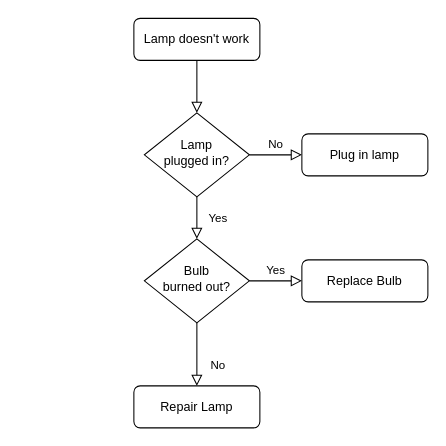
Before: frontend/public/Untitled Diagram.drawio in rahimuncc/GitHubAcions_R, a draw.io diagram. Source tidied: cells renumbered, new cells numbered last; positions are measured from the earlier drawing's top-left corner, leaving out a move shared by most shapes. Both pictures are drawn from the tidied source at 105%, with x=0, y=0 at pixel (133, 18).
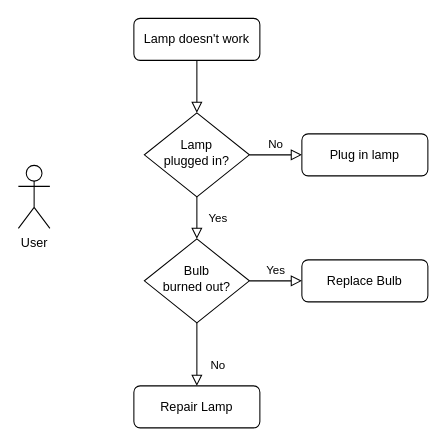
The same page after the edit.

Diff of the diagram source:
```diff
@@
 <mxGraphModel>
   <root>
     <mxCell id="0" />
     <mxCell id="1" parent="0" />
     <mxCell id="2" style="rounded=0;html=1;jettySize=auto;fontSize=11;endArrow=block;endFill=0;endSize=8;strokeWidth=1;shadow=0;labelBackgroundColor=none;edgeStyle=orthogonalEdgeStyle;" parent="1" edge="1" source="3" target="6">
       <mxGeometry relative="1" as="geometry" />
     </mxCell>
     <mxCell id="3" value="Lamp doesn't work" style="rounded=1;whiteSpace=wrap;html=1;fontSize=12;glass=0;strokeWidth=1;shadow=0;" parent="1" vertex="1">
       <mxGeometry width="120" height="40" as="geometry" />
     </mxCell>
     <mxCell id="4" value="Yes" style="rounded=0;html=1;jettySize=auto;fontSize=11;endArrow=block;endFill=0;endSize=8;strokeWidth=1;shadow=0;labelBackgroundColor=none;edgeStyle=orthogonalEdgeStyle;" parent="1" edge="1" source="6" target="10">
       <mxGeometry y="20" relative="1" as="geometry" />
     </mxCell>
     <mxCell id="5" value="No" style="edgeStyle=orthogonalEdgeStyle;rounded=0;html=1;jettySize=auto;fontSize=11;endArrow=block;endFill=0;endSize=8;strokeWidth=1;shadow=0;labelBackgroundColor=none;" parent="1" edge="1" source="6" target="7">
       <mxGeometry y="10" relative="1" as="geometry" />
     </mxCell>
     <mxCell id="6" value="Lamp&lt;br&gt;plugged in?" style="rhombus;whiteSpace=wrap;html=1;shadow=0;fontFamily=Helvetica;fontSize=12;align=center;strokeWidth=1;spacing=6;spacingTop=-4;" parent="1" vertex="1">
       <mxGeometry x="10" y="90" width="100" height="80" as="geometry" />
     </mxCell>
     <mxCell id="7" value="Plug in lamp" style="rounded=1;whiteSpace=wrap;html=1;fontSize=12;glass=0;strokeWidth=1;shadow=0;" parent="1" vertex="1">
       <mxGeometry x="160" y="110" width="120" height="40" as="geometry" />
     </mxCell>
     <mxCell id="8" value="No" style="rounded=0;html=1;jettySize=auto;fontSize=11;endArrow=block;endFill=0;endSize=8;strokeWidth=1;shadow=0;labelBackgroundColor=none;edgeStyle=orthogonalEdgeStyle;" parent="1" edge="1" source="10" target="11">
       <mxGeometry x="0.33" y="20" relative="1" as="geometry" />
     </mxCell>
     <mxCell id="9" value="Yes" style="edgeStyle=orthogonalEdgeStyle;rounded=0;html=1;jettySize=auto;fontSize=11;endArrow=block;endFill=0;endSize=8;strokeWidth=1;shadow=0;labelBackgroundColor=none;" parent="1" edge="1" source="10" target="12">
       <mxGeometry y="10" relative="1" as="geometry" />
     </mxCell>
     <mxCell id="10" value="Bulb&lt;br&gt;burned out?" style="rhombus;whiteSpace=wrap;html=1;shadow=0;fontFamily=Helvetica;fontSize=12;align=center;strokeWidth=1;spacing=6;spacingTop=-4;" parent="1" vertex="1">
       <mxGeometry x="10" y="210" width="100" height="80" as="geometry" />
     </mxCell>
     <mxCell id="11" value="Repair Lamp" style="rounded=1;whiteSpace=wrap;html=1;fontSize=12;glass=0;strokeWidth=1;shadow=0;" parent="1" vertex="1">
       <mxGeometry y="350" width="120" height="40" as="geometry" />
     </mxCell>
     <mxCell id="12" value="Replace Bulb" style="rounded=1;whiteSpace=wrap;html=1;fontSize=12;glass=0;strokeWidth=1;shadow=0;" parent="1" vertex="1">
       <mxGeometry x="160" y="230" width="120" height="40" as="geometry" />
     </mxCell>
+    <mxCell id="13" value="User&lt;br&gt;" style="shape=umlActor;verticalLabelPosition=bottom;verticalAlign=top;html=1;" parent="1" vertex="1">
+      <mxGeometry x="-110" y="140" width="30" height="60" as="geometry" />
+    </mxCell>
   </root>
 </mxGraphModel>
```
